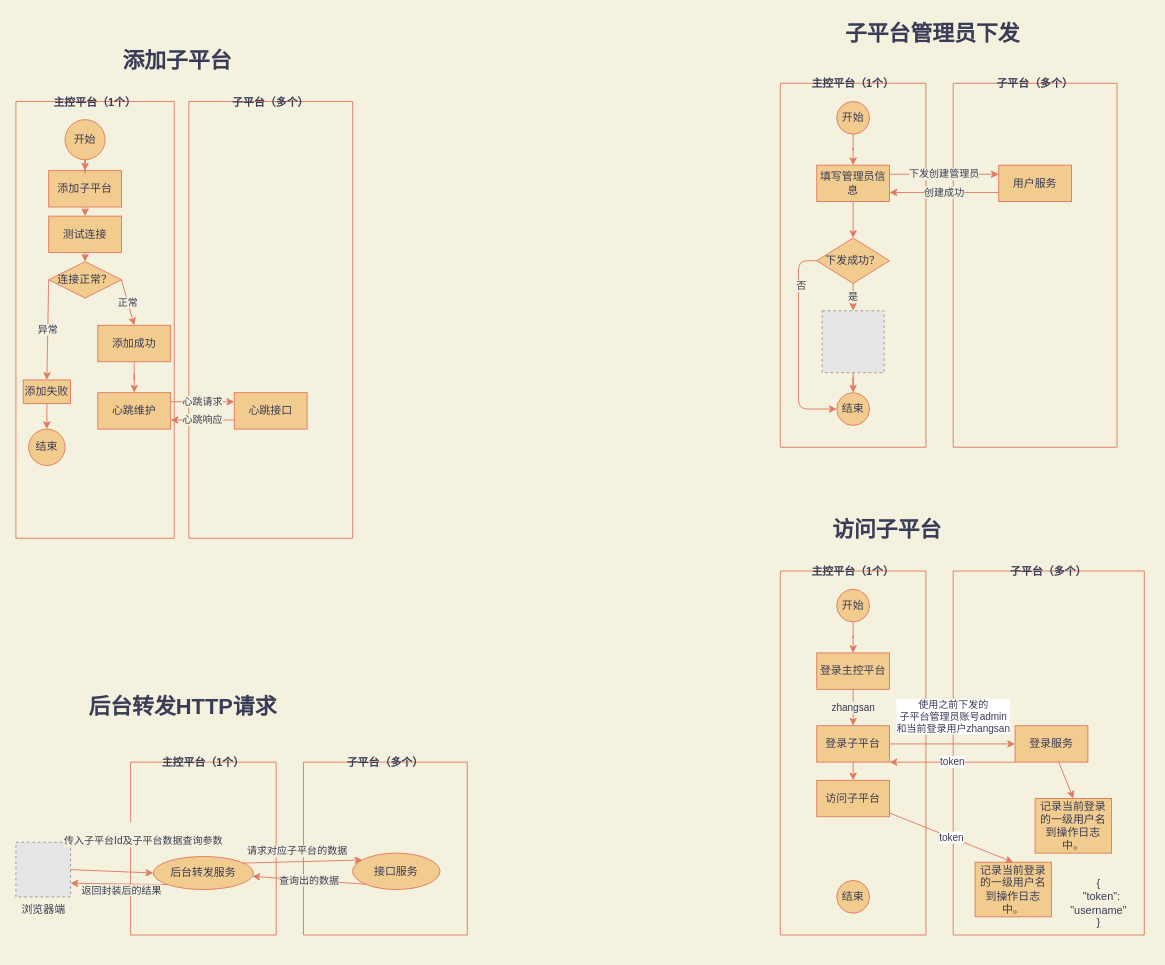
Before: page "通用" (1 of 3) of test.drawio in Jarris3154/drawios, a draw.io diagram. Source tidied: cells renumbered, new cells numbered last; positions are measured from the earlier drawing's top-left corner, leaving out a move shared by most shapes. Both pictures are drawn from the tidied source at 91%, with x=0, y=0 at pixel (15, 15). Pictures stored in the file or linked from it are replaced by grey dashed boxes.
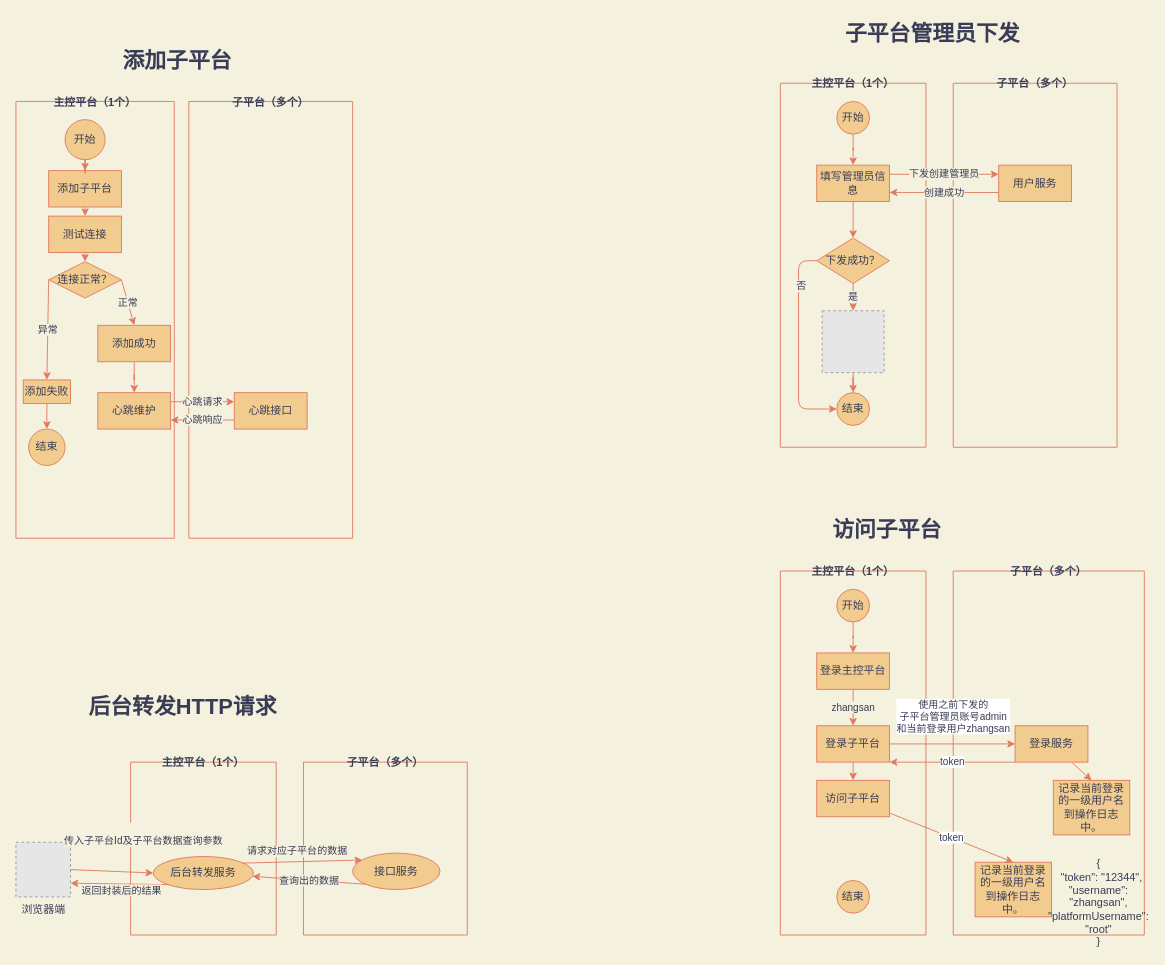
The same page after the edit.

The change refers to these unchanged cells:
```xml
<mxCell id="52" value="子平台（多个）" style="swimlane;startSize=0;swimlaneLine=1;fillColor=#F2CC8F;strokeColor=#E07A5F;fontColor=#393C56;" parent="1" vertex="1">
  <mxGeometry x="1030" y="610" width="210" height="400" as="geometry" />
</mxCell>
```

Diff of the diagram source:
```diff
@@
     <mxCell id="55" value="记录当前登录的一级用户名到操作日志中。" style="whiteSpace=wrap;html=1;align=center;fillColor=#F2CC8F;strokeColor=#E07A5F;fontColor=#393C56;" parent="52" vertex="1">
-      <mxGeometry x="90" y="250" width="84" height="60" as="geometry" />
+      <mxGeometry x="110" y="230" width="84" height="60" as="geometry" />
     </mxCell>
@@
-    <mxCell id="57" value="&lt;div&gt;{&lt;/div&gt;&lt;div&gt;&amp;nbsp; &quot;token&quot;: &quot;username&quot;&lt;br&gt;&lt;/div&gt;&lt;div&gt;}&lt;br&gt;&lt;/div&gt;" style="text;html=1;strokeColor=none;fillColor=none;align=center;verticalAlign=middle;whiteSpace=wrap;rounded=0;sketch=0;fontColor=#393C56;" parent="52" vertex="1">
+    <mxCell id="57" value="&lt;div&gt;{&lt;/div&gt;&lt;div&gt;&amp;nbsp; &quot;token&quot;: &quot;12344&quot;,&lt;/div&gt;&lt;div&gt;&quot;username&quot;: &quot;zhangsan&quot;,&lt;/div&gt;&lt;div&gt;&quot;platformUsername&quot;: &quot;root&quot;&lt;br&gt;&lt;/div&gt;&lt;div&gt;}&lt;br&gt;&lt;/div&gt;" style="text;html=1;strokeColor=none;fillColor=none;align=center;verticalAlign=middle;whiteSpace=wrap;rounded=0;sketch=0;fontColor=#393C56;" parent="52" vertex="1">
       <mxGeometry x="110" y="330" width="100" height="70" as="geometry" />
     </mxCell>
```
